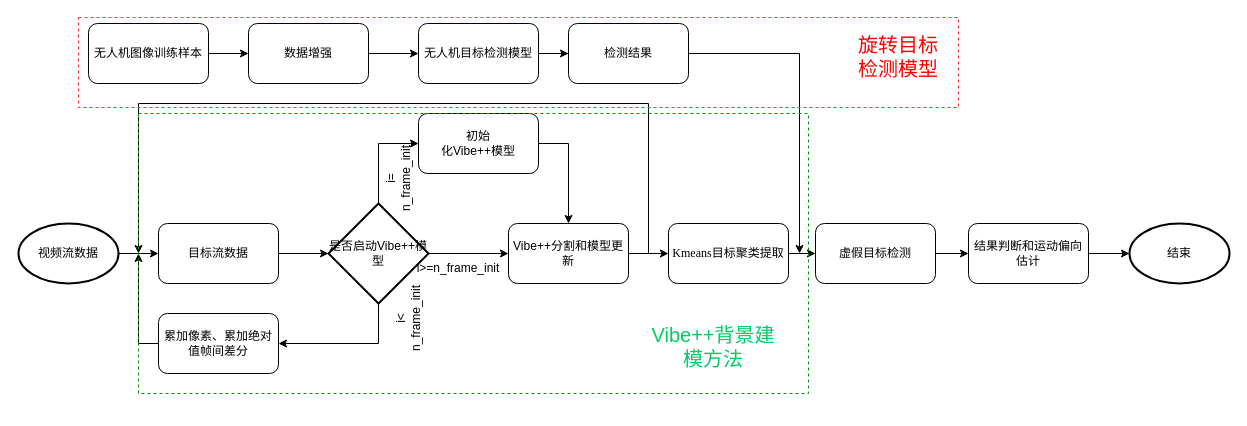
Before: 基于Vibe背景建模的目标检测算法.drawio in paleblackless/diagrams, a draw.io diagram. Source tidied: cells renumbered, new cells numbered last; positions are measured from the earlier drawing's top-left corner, leaving out a move shared by most shapes. Both pictures are drawn from the tidied source at 100%, with x=0, y=0 at pixel (18, 17).
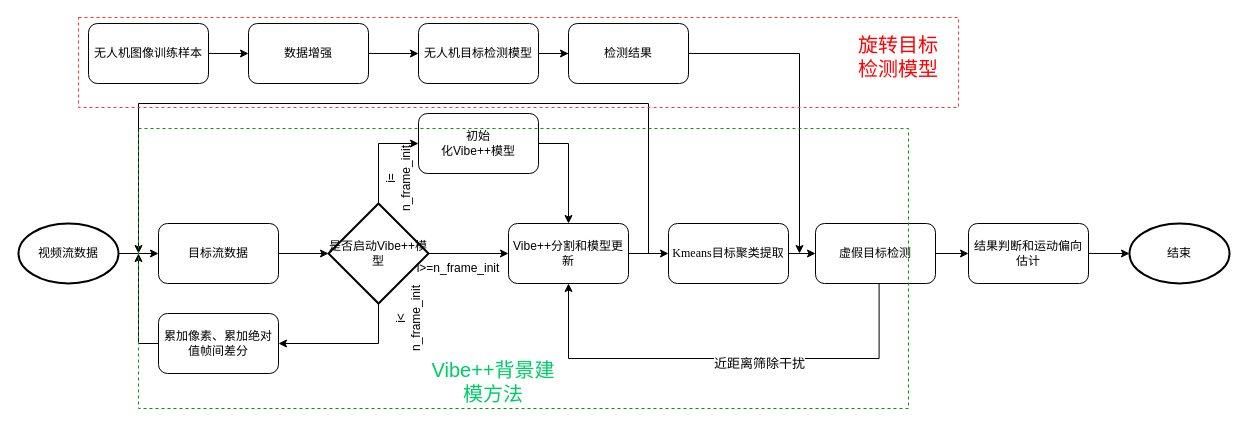
The same diagram, later.

Commit message (it also covers changes not shown here):
Update 基于Vibe背景建模的目标检测算法.drawio

Unchanged cells that the change refers to:
```xml
<mxCell id="21" value="Vibe++分割和模型更新" style="rounded=1;whiteSpace=wrap;html=1;" parent="1" vertex="1">
  <mxGeometry x="490" y="206" width="120" height="60" as="geometry" />
</mxCell>
<mxCell id="31" value="虚假目标检测" style="rounded=1;whiteSpace=wrap;html=1;" parent="1" vertex="1">
  <mxGeometry x="797" y="206" width="120" height="60" as="geometry" />
</mxCell>
```

The edit, as a diff of the source:
```diff
@@
     <mxCell id="37" style="rounded=0;whiteSpace=wrap;html=1;dashed=1;fillColor=none;strokeColor=#009900;" parent="1" vertex="1">
-      <mxGeometry x="120" y="96" width="670" height="280" as="geometry" />
+      <mxGeometry x="120" y="111" width="770" height="280" as="geometry" />
     </mxCell>
     <mxCell id="38" value="&lt;font style=&quot;font-size: 20px;&quot; color=&quot;#00cc66&quot;&gt;Vibe++背景建模方法&lt;/font&gt;" style="text;html=1;strokeColor=none;fillColor=none;align=center;verticalAlign=middle;whiteSpace=wrap;rounded=0;dashed=1;fontColor=#FF0000;strokeWidth=5;" parent="1" vertex="1">
-      <mxGeometry x="630" y="311" width="130" height="35" as="geometry" />
+      <mxGeometry x="410" y="346" width="130" height="35" as="geometry" />
     </mxCell>
+    <mxCell id="39" style="edgeStyle=elbowEdgeStyle;elbow=horizontal;endArrow=classic;html=1;rounded=0;fontSize=20;fontColor=#00CC66;exitX=0.53;exitY=0.994;exitDx=0;exitDy=0;exitPerimeter=0;entryX=0.5;entryY=1;entryDx=0;entryDy=0;" parent="1" edge="1" source="31" target="21">
+      <mxGeometry relative="1" as="geometry">
+        <Array as="points">
+          <mxPoint x="860" y="341" />
+        </Array>
+      </mxGeometry>
+    </mxCell>
+    <mxCell id="40" value="&lt;font color=&quot;#000000&quot; style=&quot;font-size: 13px;&quot;&gt;近距离筛除干扰&lt;/font&gt;" style="edgeLabel;html=1;align=center;verticalAlign=middle;fontSize=20;fontColor=#00CC66;" parent="39" vertex="1">
+      <mxGeometry x="-0.27" y="1" relative="1" as="geometry">
+        <mxPoint x="-27" as="offset" />
+      </mxGeometry>
+    </mxCell>
```
